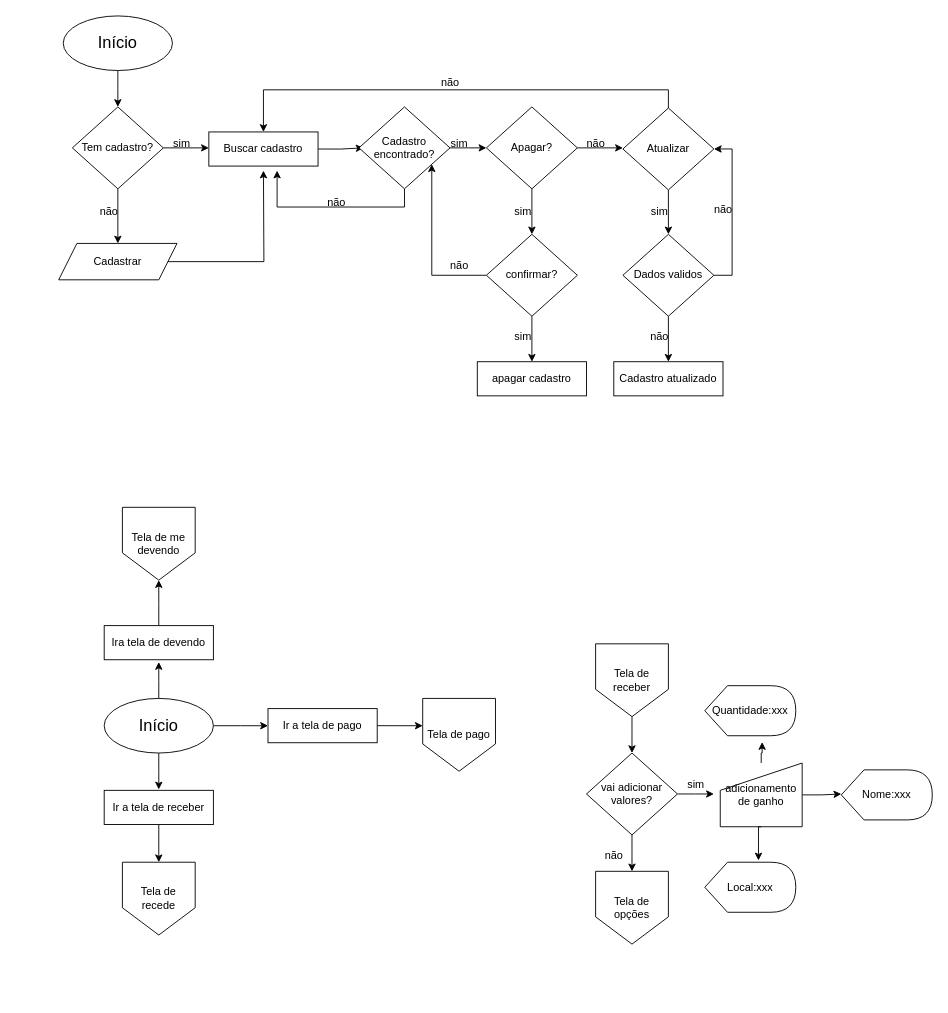
This is Doc/Fluxograma.Drawio from AmabilyCarvalho/Equipe5, a draw.io file, before an edit. Source tidied: cells renumbered, new cells numbered last; positions are measured from the earlier drawing's top-left corner, leaving out a move shared by most shapes. Both pictures are drawn from the tidied source at 91%, with x=0, y=0 at pixel (58, 15).
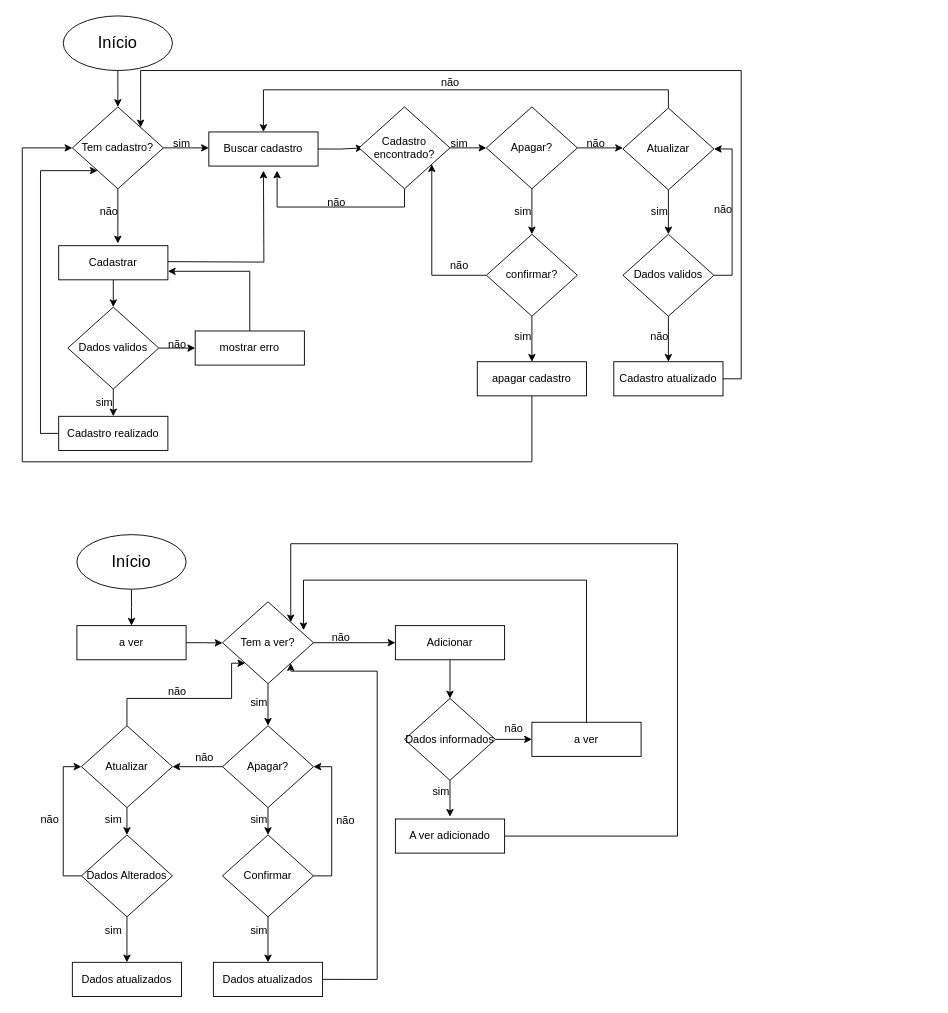
After the change.

The change refers to these unchanged cells:
```xml
<mxCell id="6" value="Tem cadastro?" style="rhombus;whiteSpace=wrap;html=1;" parent="1" vertex="1">
  <mxGeometry x="15" y="100" width="100" height="90" as="geometry" />
</mxCell>
<mxCell id="55" value="apagar cadastro" style="rounded=0;whiteSpace=wrap;html=1;" parent="1" vertex="1">
  <mxGeometry x="460" y="380" width="120" height="37.5" as="geometry" />
</mxCell>
<mxCell id="66" value="Cadastro atualizado" style="rounded=0;whiteSpace=wrap;html=1;" parent="1" vertex="1">
  <mxGeometry x="610" y="380" width="120" height="37.5" as="geometry" />
</mxCell>
```

What changed in the source:
```diff
@@
-    <mxCell id="9" style="edgeStyle=orthogonalEdgeStyle;rounded=0;jettySize=auto;html=1;exitX=1;exitY=0.5;exitDx=0;exitDy=0;" parent="1" edge="1" source="10">
+    <mxCell id="9" style="edgeStyle=orthogonalEdgeStyle;rounded=0;orthogonalLoop=1;jettySize=auto;html=1;exitX=1;exitY=0.5;exitDx=0;exitDy=0;" parent="1" edge="1">
       <mxGeometry relative="1" as="geometry">
+        <mxPoint x="120" y="270" as="sourcePoint" />
         <mxPoint x="225" y="170" as="targetPoint" />
       </mxGeometry>
     </mxCell>
-    <mxCell id="10" value="Cadastrar" style="shape=parallelogram;perimeter=parallelogramPerimeter;whiteSpace=wrap;html=1;fixedSize=1;" parent="1" vertex="1">
-      <mxGeometry y="250" width="130" height="40" as="geometry" />
-    </mxCell>
@@
-    <mxCell id="13" style="edgeStyle=orthogonalEdgeStyle;rounded=0;jettySize=auto;html=1;exitX=0.5;exitY=0;exitDx=0;exitDy=0;" parent="1" edge="1" source="16">
-      <mxGeometry relative="1" as="geometry">
-        <mxPoint x="110" y="710" as="targetPoint" />
-      </mxGeometry>
-    </mxCell>
-    <mxCell id="14" style="edgeStyle=orthogonalEdgeStyle;rounded=0;jettySize=auto;html=1;exitX=0.5;exitY=1;exitDx=0;exitDy=0;" parent="1" edge="1" source="16">
-      <mxGeometry relative="1" as="geometry">
-        <mxPoint x="110" y="850" as="targetPoint" />
-      </mxGeometry>
-    </mxCell>
-    <mxCell id="15" style="edgeStyle=orthogonalEdgeStyle;rounded=0;jettySize=auto;html=1;exitX=1;exitY=0.5;exitDx=0;exitDy=0;" parent="1" edge="1" source="16">
-      <mxGeometry relative="1" as="geometry">
-        <mxPoint x="230" y="780" as="targetPoint" />
-      </mxGeometry>
-    </mxCell>
-    <mxCell id="16" value="&lt;font style=&quot;font-size: 18px;&quot;&gt;Início&lt;/font&gt;" style="ellipse;whiteSpace=wrap;html=1;" parent="1" vertex="1">
-      <mxGeometry x="50" y="750" width="120" height="60" as="geometry" />
-    </mxCell>
-    <mxCell id="17" style="edgeStyle=orthogonalEdgeStyle;rounded=0;jettySize=auto;html=1;exitX=0.5;exitY=0;exitDx=0;exitDy=0;" parent="1" edge="1" source="18">
-      <mxGeometry relative="1" as="geometry">
-        <mxPoint x="110" y="620" as="targetPoint" />
-      </mxGeometry>
-    </mxCell>
-    <mxCell id="18" value="Ira tela de devendo" style="rounded=0;whiteSpace=wrap;html=1;" parent="1" vertex="1">
-      <mxGeometry x="50" y="670" width="120" height="37.5" as="geometry" />
-    </mxCell>
-    <mxCell id="19" style="edgeStyle=orthogonalEdgeStyle;rounded=0;jettySize=auto;html=1;exitX=0.5;exitY=1;exitDx=0;exitDy=0;entryX=0.5;entryY=0;entryDx=0;entryDy=0;" parent="1" edge="1" source="20" target="21">
-      <mxGeometry relative="1" as="geometry" />
-    </mxCell>
-    <mxCell id="20" value="Ir a tela de receber" style="rounded=0;whiteSpace=wrap;html=1;" parent="1" vertex="1">
-      <mxGeometry x="50" y="851" width="120" height="37.5" as="geometry" />
-    </mxCell>
-    <mxCell id="21" value="Tela de recede" style="shape=offPageConnector;whiteSpace=wrap;html=1;" parent="1" vertex="1">
-      <mxGeometry x="70" y="930" width="80" height="80" as="geometry" />
-    </mxCell>
-    <mxCell id="22" value="Tela de me devendo" style="shape=offPageConnector;whiteSpace=wrap;html=1;" parent="1" vertex="1">
-      <mxGeometry x="70" y="540" width="80" height="80" as="geometry" />
-    </mxCell>
-    <mxCell id="23" style="edgeStyle=orthogonalEdgeStyle;rounded=0;jettySize=auto;html=1;exitX=1;exitY=0.5;exitDx=0;exitDy=0;" parent="1" edge="1" source="24">
-      <mxGeometry relative="1" as="geometry">
-        <mxPoint x="400" y="780" as="targetPoint" />
-      </mxGeometry>
-    </mxCell>
-    <mxCell id="24" value="Ir a tela de pago" style="rounded=0;whiteSpace=wrap;html=1;" parent="1" vertex="1">
-      <mxGeometry x="230" y="761.2" width="120" height="37.5" as="geometry" />
-    </mxCell>
-    <mxCell id="25" value="Tela de pago" style="shape=offPageConnector;whiteSpace=wrap;html=1;" parent="1" vertex="1">
-      <mxGeometry x="400" y="750" width="80" height="80" as="geometry" />
-    </mxCell>
-    <mxCell id="26" style="edgeStyle=orthogonalEdgeStyle;rounded=0;jettySize=auto;html=1;exitX=0.5;exitY=1;exitDx=0;exitDy=0;" parent="1" edge="1" source="27">
-      <mxGeometry relative="1" as="geometry">
-        <mxPoint x="630" y="810" as="targetPoint" />
-      </mxGeometry>
-    </mxCell>
-    <mxCell id="27" value="Tela de receber" style="shape=offPageConnector;whiteSpace=wrap;html=1;" parent="1" vertex="1">
-      <mxGeometry x="590" y="690" width="80" height="80" as="geometry" />
-    </mxCell>
-    <mxCell id="28" style="edgeStyle=orthogonalEdgeStyle;rounded=0;jettySize=auto;html=1;exitX=0.5;exitY=1;exitDx=0;exitDy=0;" parent="1" edge="1" source="30">
-      <mxGeometry relative="1" as="geometry">
-        <mxPoint x="630" y="940" as="targetPoint" />
-      </mxGeometry>
-    </mxCell>
-    <mxCell id="29" style="edgeStyle=orthogonalEdgeStyle;rounded=0;jettySize=auto;html=1;exitX=1;exitY=0.5;exitDx=0;exitDy=0;" parent="1" edge="1" source="30">
-      <mxGeometry relative="1" as="geometry">
-        <mxPoint x="720" y="855" as="targetPoint" />
-      </mxGeometry>
-    </mxCell>
-    <mxCell id="30" value="vai adicionar&lt;div&gt;valores?&lt;/div&gt;" style="rhombus;whiteSpace=wrap;html=1;" parent="1" vertex="1">
-      <mxGeometry x="580" y="810" width="100" height="90" as="geometry" />
-    </mxCell>
-    <mxCell id="31" value="Tela de opções" style="shape=offPageConnector;whiteSpace=wrap;html=1;" parent="1" vertex="1">
-      <mxGeometry x="590" y="940" width="80" height="80" as="geometry" />
-    </mxCell>
-    <mxCell id="32" value="não" style="text;html=1;align=center;verticalAlign=middle;strokeColor=none;fillColor=none;" parent="1" vertex="1">
-      <mxGeometry x="590" y="908" width="40" height="30" as="geometry" />
-    </mxCell>
-    <mxCell id="33" style="edgeStyle=orthogonalEdgeStyle;rounded=0;jettySize=auto;html=1;exitX=1;exitY=0.5;exitDx=0;exitDy=0;" parent="1" edge="1" source="34">
-      <mxGeometry relative="1" as="geometry">
-        <mxPoint x="860" y="855" as="targetPoint" />
-      </mxGeometry>
-    </mxCell>
-    <mxCell id="34" value="adicionamento de ganho" style="shape=manualInput;whiteSpace=wrap;html=1;" parent="1" vertex="1">
-      <mxGeometry x="727" y="821" width="90" height="70" as="geometry" />
-    </mxCell>
-    <mxCell id="35" value="sim" style="text;html=1;align=center;verticalAlign=middle;strokeColor=none;fillColor=none;" parent="1" vertex="1">
-      <mxGeometry x="680" y="830" width="40" height="30" as="geometry" />
-    </mxCell>
-    <mxCell id="36" value="Nome:xxx" style="shape=display;whiteSpace=wrap;html=1;" parent="1" vertex="1">
-      <mxGeometry x="860" y="828.5" width="100" height="55" as="geometry" />
-    </mxCell>
-    <mxCell id="37" value="Quantidade:xxx" style="shape=display;whiteSpace=wrap;html=1;" parent="1" vertex="1">
-      <mxGeometry x="710" y="736" width="100" height="55" as="geometry" />
-    </mxCell>
-    <mxCell id="38" value="Local:xxx" style="shape=display;whiteSpace=wrap;html=1;" parent="1" vertex="1">
-      <mxGeometry x="710" y="930" width="100" height="55" as="geometry" />
-    </mxCell>
-    <mxCell id="39" style="edgeStyle=orthogonalEdgeStyle;rounded=0;jettySize=auto;html=1;exitX=0.5;exitY=1;exitDx=0;exitDy=0;entryX=0.59;entryY=-0.036;entryDx=0;entryDy=0;entryPerimeter=0;" parent="1" edge="1" source="34" target="38">
-      <mxGeometry relative="1" as="geometry" />
-    </mxCell>
-    <mxCell id="40" style="edgeStyle=orthogonalEdgeStyle;rounded=0;jettySize=auto;html=1;exitX=0.5;exitY=0;exitDx=0;exitDy=0;entryX=0.63;entryY=1.127;entryDx=0;entryDy=0;entryPerimeter=0;" parent="1" edge="1" source="34" target="37">
-      <mxGeometry relative="1" as="geometry">
-        <Array as="points">
-          <mxPoint x="772" y="810" />
-          <mxPoint x="773" y="810" />
-        </Array>
-      </mxGeometry>
-    </mxCell>
@@
+    <mxCell id="68" style="edgeStyle=orthogonalEdgeStyle;rounded=0;jettySize=auto;html=1;exitX=0.5;exitY=1;exitDx=0;exitDy=0;entryX=0;entryY=0.5;entryDx=0;entryDy=0;" parent="1" edge="1" source="55" target="6">
+      <mxGeometry relative="1" as="geometry">
+        <Array as="points">
+          <mxPoint x="520" y="490" />
+          <mxPoint x="-40" y="490" />
+          <mxPoint x="-40" y="145" />
+        </Array>
+      </mxGeometry>
+    </mxCell>
@@
+    <mxCell id="69" style="edgeStyle=orthogonalEdgeStyle;rounded=0;jettySize=auto;html=1;exitX=1;exitY=0.5;exitDx=0;exitDy=0;entryX=1;entryY=0;entryDx=0;entryDy=0;" parent="1" edge="1" source="66" target="6">
+      <mxGeometry relative="1" as="geometry">
+        <Array as="points">
+          <mxPoint x="750" y="399" />
+          <mxPoint x="750" y="60" />
+          <mxPoint x="90" y="60" />
+        </Array>
+      </mxGeometry>
+    </mxCell>
@@
+    <mxCell id="70" style="edgeStyle=orthogonalEdgeStyle;rounded=0;jettySize=auto;html=1;exitX=0.5;exitY=1;exitDx=0;exitDy=0;entryX=0.5;entryY=0;entryDx=0;entryDy=0;" parent="1" edge="1" source="10" target="73">
+      <mxGeometry relative="1" as="geometry" />
+    </mxCell>
+    <mxCell id="10" value="Cadastrar" style="rounded=0;whiteSpace=wrap;html=1;" parent="1" vertex="1">
+      <mxGeometry y="252.5" width="120" height="37.5" as="geometry" />
+    </mxCell>
+    <mxCell id="71" style="edgeStyle=orthogonalEdgeStyle;rounded=0;jettySize=auto;html=1;exitX=1;exitY=0.5;exitDx=0;exitDy=0;" parent="1" edge="1" source="73">
+      <mxGeometry relative="1" as="geometry">
+        <mxPoint x="150" y="365" as="targetPoint" />
+      </mxGeometry>
+    </mxCell>
+    <mxCell id="72" style="edgeStyle=orthogonalEdgeStyle;rounded=0;jettySize=auto;html=1;exitX=0.5;exitY=1;exitDx=0;exitDy=0;" parent="1" edge="1" source="73">
+      <mxGeometry relative="1" as="geometry">
+        <mxPoint x="60" y="440" as="targetPoint" />
+      </mxGeometry>
+    </mxCell>
+    <mxCell id="73" value="Dados validos" style="rhombus;whiteSpace=wrap;html=1;" parent="1" vertex="1">
+      <mxGeometry x="10" y="320" width="100" height="90" as="geometry" />
+    </mxCell>
+    <mxCell id="74" style="edgeStyle=orthogonalEdgeStyle;rounded=0;jettySize=auto;html=1;exitX=0.5;exitY=0;exitDx=0;exitDy=0;entryX=1;entryY=0.75;entryDx=0;entryDy=0;" parent="1" edge="1" source="75" target="10">
+      <mxGeometry relative="1" as="geometry" />
+    </mxCell>
+    <mxCell id="75" value="mostrar erro" style="rounded=0;whiteSpace=wrap;html=1;" parent="1" vertex="1">
+      <mxGeometry x="150" y="346.2" width="120" height="37.5" as="geometry" />
+    </mxCell>
+    <mxCell id="76" style="edgeStyle=orthogonalEdgeStyle;rounded=0;jettySize=auto;html=1;exitX=0;exitY=0.5;exitDx=0;exitDy=0;" parent="1" edge="1" source="77" target="6">
+      <mxGeometry relative="1" as="geometry">
+        <Array as="points">
+          <mxPoint x="-20" y="459" />
+          <mxPoint x="-20" y="170" />
+        </Array>
+      </mxGeometry>
+    </mxCell>
+    <mxCell id="77" value="Cadastro realizado" style="rounded=0;whiteSpace=wrap;html=1;" parent="1" vertex="1">
+      <mxGeometry y="440" width="120" height="37.5" as="geometry" />
+    </mxCell>
+    <mxCell id="78" value="não" style="text;html=1;align=center;verticalAlign=middle;strokeColor=none;fillColor=none;" parent="1" vertex="1">
+      <mxGeometry x="110" y="346.2" width="40" height="30" as="geometry" />
+    </mxCell>
+    <mxCell id="79" value="sim" style="text;html=1;align=center;verticalAlign=middle;strokeColor=none;fillColor=none;" parent="1" vertex="1">
+      <mxGeometry x="30" y="410" width="40" height="30" as="geometry" />
+    </mxCell>
+    <mxCell id="80" style="edgeStyle=orthogonalEdgeStyle;rounded=0;jettySize=auto;html=1;exitX=0.5;exitY=1;exitDx=0;exitDy=0;entryX=0.5;entryY=0;entryDx=0;entryDy=0;" parent="1" edge="1" source="16">
+      <mxGeometry relative="1" as="geometry">
+        <mxPoint x="80" y="670" as="targetPoint" />
+      </mxGeometry>
+    </mxCell>
+    <mxCell id="16" value="&lt;font style=&quot;font-size: 18px;&quot;&gt;Início&lt;/font&gt;" style="ellipse;whiteSpace=wrap;html=1;" parent="1" vertex="1">
+      <mxGeometry x="20" y="570" width="120" height="60" as="geometry" />
+    </mxCell>
+    <mxCell id="81" style="edgeStyle=orthogonalEdgeStyle;rounded=0;jettySize=auto;html=1;exitX=1;exitY=0.5;exitDx=0;exitDy=0;entryX=0;entryY=0.5;entryDx=0;entryDy=0;" parent="1" edge="1" source="83" target="102">
+      <mxGeometry relative="1" as="geometry" />
+    </mxCell>
+    <mxCell id="82" style="edgeStyle=orthogonalEdgeStyle;rounded=0;jettySize=auto;html=1;exitX=0.5;exitY=1;exitDx=0;exitDy=0;entryX=0.5;entryY=0;entryDx=0;entryDy=0;" parent="1" edge="1" source="83" target="86">
+      <mxGeometry relative="1" as="geometry" />
+    </mxCell>
+    <mxCell id="83" value="Tem a ver?" style="rhombus;whiteSpace=wrap;html=1;" parent="1" vertex="1">
+      <mxGeometry x="180" y="643.8" width="100" height="90" as="geometry" />
+    </mxCell>
+    <mxCell id="84" style="edgeStyle=orthogonalEdgeStyle;rounded=0;jettySize=auto;html=1;exitX=0.5;exitY=1;exitDx=0;exitDy=0;entryX=0.5;entryY=0;entryDx=0;entryDy=0;entryPerimeter=0;" parent="1" edge="1" source="86" target="95">
+      <mxGeometry relative="1" as="geometry" />
+    </mxCell>
+    <mxCell id="85" style="edgeStyle=orthogonalEdgeStyle;rounded=0;jettySize=auto;html=1;exitX=0;exitY=0.5;exitDx=0;exitDy=0;entryX=1;entryY=0.5;entryDx=0;entryDy=0;" parent="1" edge="1" source="86" target="98">
+      <mxGeometry relative="1" as="geometry" />
+    </mxCell>
+    <mxCell id="86" value="Apagar?" style="rhombus;whiteSpace=wrap;html=1;" parent="1" vertex="1">
+      <mxGeometry x="180" y="780" width="100" height="90" as="geometry" />
+    </mxCell>
+    <mxCell id="87" style="edgeStyle=orthogonalEdgeStyle;rounded=0;jettySize=auto;html=1;exitX=0.5;exitY=1;exitDx=0;exitDy=0;entryX=0.5;entryY=0;entryDx=0;entryDy=0;" parent="1" edge="1" source="89" target="107">
+      <mxGeometry relative="1" as="geometry" />
+    </mxCell>
+    <mxCell id="88" style="edgeStyle=orthogonalEdgeStyle;rounded=0;jettySize=auto;html=1;exitX=0;exitY=0.5;exitDx=0;exitDy=0;entryX=0;entryY=0.5;entryDx=0;entryDy=0;" parent="1" edge="1" source="89" target="98">
+      <mxGeometry relative="1" as="geometry" />
+    </mxCell>
+    <mxCell id="89" value="Dados Alterados" style="rhombus;whiteSpace=wrap;html=1;" parent="1" vertex="1">
+      <mxGeometry x="25" y="900" width="100" height="90" as="geometry" />
+    </mxCell>
+    <mxCell id="90" style="edgeStyle=orthogonalEdgeStyle;rounded=0;jettySize=auto;html=1;exitX=0.5;exitY=1;exitDx=0;exitDy=0;" parent="1" edge="1" source="92">
+      <mxGeometry relative="1" as="geometry">
+        <mxPoint x="430" y="880" as="targetPoint" />
+      </mxGeometry>
+    </mxCell>
+    <mxCell id="91" style="edgeStyle=orthogonalEdgeStyle;rounded=0;jettySize=auto;html=1;exitX=1;exitY=0.5;exitDx=0;exitDy=0;entryX=0;entryY=0.5;entryDx=0;entryDy=0;" parent="1" edge="1" source="92" target="103">
+      <mxGeometry relative="1" as="geometry" />
+    </mxCell>
+    <mxCell id="92" value="Dados informados" style="rhombus;whiteSpace=wrap;html=1;" parent="1" vertex="1">
+      <mxGeometry x="380" y="750" width="100" height="90" as="geometry" />
+    </mxCell>
+    <mxCell id="93" style="edgeStyle=orthogonalEdgeStyle;rounded=0;jettySize=auto;html=1;exitX=0.5;exitY=1;exitDx=0;exitDy=0;entryX=0.5;entryY=0;entryDx=0;entryDy=0;" parent="1" edge="1" source="95" target="115">
+      <mxGeometry relative="1" as="geometry" />
+    </mxCell>
+    <mxCell id="94" style="edgeStyle=orthogonalEdgeStyle;rounded=0;jettySize=auto;html=1;exitX=1;exitY=0.5;exitDx=0;exitDy=0;entryX=1;entryY=0.5;entryDx=0;entryDy=0;" parent="1" edge="1" source="95" target="86">
+      <mxGeometry relative="1" as="geometry" />
+    </mxCell>
+    <mxCell id="95" value="Confirmar" style="rhombus;whiteSpace=wrap;html=1;" parent="1" vertex="1">
+      <mxGeometry x="180" y="900" width="100" height="90" as="geometry" />
+    </mxCell>
+    <mxCell id="96" style="edgeStyle=orthogonalEdgeStyle;rounded=0;jettySize=auto;html=1;exitX=0.5;exitY=0;exitDx=0;exitDy=0;entryX=0;entryY=1;entryDx=0;entryDy=0;" parent="1" edge="1" source="98" target="83">
+      <mxGeometry relative="1" as="geometry">
+        <Array as="points">
+          <mxPoint x="75" y="750" />
+          <mxPoint x="190" y="750" />
+          <mxPoint x="190" y="711" />
+        </Array>
+      </mxGeometry>
+    </mxCell>
+    <mxCell id="97" style="edgeStyle=orthogonalEdgeStyle;rounded=0;jettySize=auto;html=1;exitX=0.5;exitY=1;exitDx=0;exitDy=0;entryX=0.5;entryY=0;entryDx=0;entryDy=0;" parent="1" edge="1" source="98" target="89">
+      <mxGeometry relative="1" as="geometry" />
+    </mxCell>
+    <mxCell id="98" value="Atualizar" style="rhombus;whiteSpace=wrap;html=1;" parent="1" vertex="1">
+      <mxGeometry x="25" y="780" width="100" height="90" as="geometry" />
+    </mxCell>
+    <mxCell id="99" style="edgeStyle=orthogonalEdgeStyle;rounded=0;jettySize=auto;html=1;exitX=1;exitY=0.5;exitDx=0;exitDy=0;" parent="1" edge="1" source="100">
+      <mxGeometry relative="1" as="geometry">
+        <mxPoint x="180" y="689" as="targetPoint" />
+      </mxGeometry>
+    </mxCell>
+    <mxCell id="100" value="a ver" style="rounded=0;whiteSpace=wrap;html=1;" parent="1" vertex="1">
+      <mxGeometry x="20" y="670" width="120" height="37.5" as="geometry" />
+    </mxCell>
+    <mxCell id="101" style="edgeStyle=orthogonalEdgeStyle;rounded=0;jettySize=auto;html=1;exitX=0.5;exitY=1;exitDx=0;exitDy=0;entryX=0.5;entryY=0;entryDx=0;entryDy=0;" parent="1" edge="1" source="102" target="92">
+      <mxGeometry relative="1" as="geometry" />
+    </mxCell>
+    <mxCell id="102" value="Adicionar" style="rounded=0;whiteSpace=wrap;html=1;" parent="1" vertex="1">
+      <mxGeometry x="370" y="670" width="120" height="37.5" as="geometry" />
+    </mxCell>
+    <mxCell id="103" value="a ver" style="rounded=0;whiteSpace=wrap;html=1;" parent="1" vertex="1">
+      <mxGeometry x="520" y="776.2" width="120" height="37.5" as="geometry" />
+    </mxCell>
+    <mxCell id="104" style="edgeStyle=orthogonalEdgeStyle;rounded=0;jettySize=auto;html=1;exitX=1;exitY=0.5;exitDx=0;exitDy=0;entryX=1;entryY=0;entryDx=0;entryDy=0;" parent="1" edge="1" source="105" target="83">
+      <mxGeometry relative="1" as="geometry">
+        <Array as="points">
+          <mxPoint x="680" y="901" />
+          <mxPoint x="680" y="580" />
+          <mxPoint x="255" y="580" />
+        </Array>
+      </mxGeometry>
+    </mxCell>
+    <mxCell id="105" value="A ver adicionado" style="rounded=0;whiteSpace=wrap;html=1;" parent="1" vertex="1">
+      <mxGeometry x="370" y="882.5" width="120" height="37.5" as="geometry" />
+    </mxCell>
+    <mxCell id="106" value="sim" style="text;html=1;align=center;verticalAlign=middle;strokeColor=none;fillColor=none;" parent="1" vertex="1">
+      <mxGeometry x="200" y="740" width="40" height="30" as="geometry" />
+    </mxCell>
+    <mxCell id="107" value="Dados atualizados" style="rounded=0;whiteSpace=wrap;html=1;" parent="1" vertex="1">
+      <mxGeometry x="15" y="1040" width="120" height="37.5" as="geometry" />
+    </mxCell>
+    <mxCell id="108" value="sim" style="text;html=1;align=center;verticalAlign=middle;strokeColor=none;fillColor=none;" parent="1" vertex="1">
+      <mxGeometry x="40" y="990" width="40" height="30" as="geometry" />
+    </mxCell>
+    <mxCell id="109" value="sim" style="text;html=1;align=center;verticalAlign=middle;strokeColor=none;fillColor=none;" parent="1" vertex="1">
+      <mxGeometry x="40" y="868" width="40" height="30" as="geometry" />
+    </mxCell>
+    <mxCell id="110" value="não" style="text;html=1;align=center;verticalAlign=middle;strokeColor=none;fillColor=none;" parent="1" vertex="1">
+      <mxGeometry x="-30" y="868" width="40" height="30" as="geometry" />
+    </mxCell>
+    <mxCell id="111" value="não" style="text;html=1;align=center;verticalAlign=middle;strokeColor=none;fillColor=none;" parent="1" vertex="1">
+      <mxGeometry x="110" y="728" width="40" height="30" as="geometry" />
+    </mxCell>
+    <mxCell id="112" value="não" style="text;html=1;align=center;verticalAlign=middle;strokeColor=none;fillColor=none;" parent="1" vertex="1">
+      <mxGeometry x="140" y="800" width="40" height="30" as="geometry" />
+    </mxCell>
+    <mxCell id="113" value="sim" style="text;html=1;align=center;verticalAlign=middle;strokeColor=none;fillColor=none;" parent="1" vertex="1">
+      <mxGeometry x="200" y="868" width="40" height="30" as="geometry" />
+    </mxCell>
+    <mxCell id="114" style="edgeStyle=orthogonalEdgeStyle;rounded=0;jettySize=auto;html=1;exitX=1;exitY=0.5;exitDx=0;exitDy=0;entryX=1;entryY=1;entryDx=0;entryDy=0;" parent="1" edge="1" source="115" target="83">
+      <mxGeometry relative="1" as="geometry">
+        <Array as="points">
+          <mxPoint x="350" y="1059" />
+          <mxPoint x="350" y="720" />
+          <mxPoint x="255" y="720" />
+        </Array>
+      </mxGeometry>
+    </mxCell>
+    <mxCell id="115" value="Dados atualizados" style="rounded=0;whiteSpace=wrap;html=1;" parent="1" vertex="1">
+      <mxGeometry x="170" y="1040" width="120" height="37.5" as="geometry" />
+    </mxCell>
+    <mxCell id="116" value="sim" style="text;html=1;align=center;verticalAlign=middle;strokeColor=none;fillColor=none;" parent="1" vertex="1">
+      <mxGeometry x="200" y="990" width="40" height="30" as="geometry" />
+    </mxCell>
+    <mxCell id="117" value="não" style="text;html=1;align=center;verticalAlign=middle;strokeColor=none;fillColor=none;" parent="1" vertex="1">
+      <mxGeometry x="295" y="870" width="40" height="30" as="geometry" />
+    </mxCell>
+    <mxCell id="118" value="sim" style="text;html=1;align=center;verticalAlign=middle;strokeColor=none;fillColor=none;" parent="1" vertex="1">
+      <mxGeometry x="400" y="838" width="40" height="30" as="geometry" />
+    </mxCell>
+    <mxCell id="119" value="não" style="text;html=1;align=center;verticalAlign=middle;strokeColor=none;fillColor=none;" parent="1" vertex="1">
+      <mxGeometry x="480" y="768" width="40" height="30" as="geometry" />
+    </mxCell>
+    <mxCell id="120" style="edgeStyle=orthogonalEdgeStyle;rounded=0;jettySize=auto;html=1;exitX=0.5;exitY=0;exitDx=0;exitDy=0;entryX=0.89;entryY=0.347;entryDx=0;entryDy=0;entryPerimeter=0;" parent="1" edge="1" source="103" target="83">
+      <mxGeometry relative="1" as="geometry">
+        <Array as="points">
+          <mxPoint x="580" y="620" />
+          <mxPoint x="269" y="620" />
+        </Array>
+      </mxGeometry>
+    </mxCell>
+    <mxCell id="121" value="não" style="text;html=1;align=center;verticalAlign=middle;strokeColor=none;fillColor=none;" parent="1" vertex="1">
+      <mxGeometry x="290" y="668" width="40" height="30" as="geometry" />
+    </mxCell>
```
